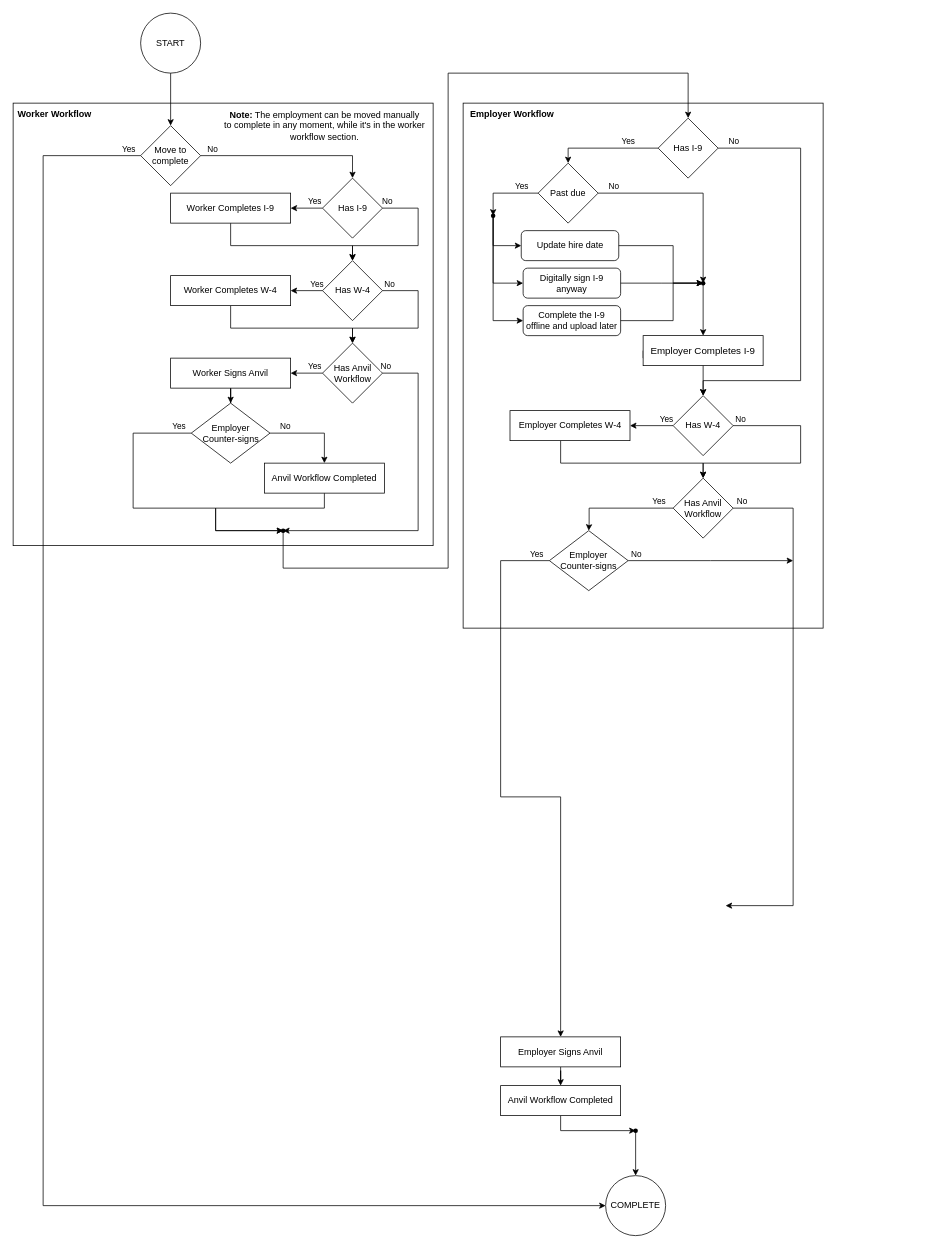
Before: Employment Flowchart.drawio in baldore/angelo, a draw.io diagram. Source tidied: cells renumbered, new cells numbered last; positions are measured from the earlier drawing's top-left corner, leaving out a move shared by most shapes. Both pictures are drawn from the tidied source at 75%, with x=0, y=0 at pixel (13, 13).
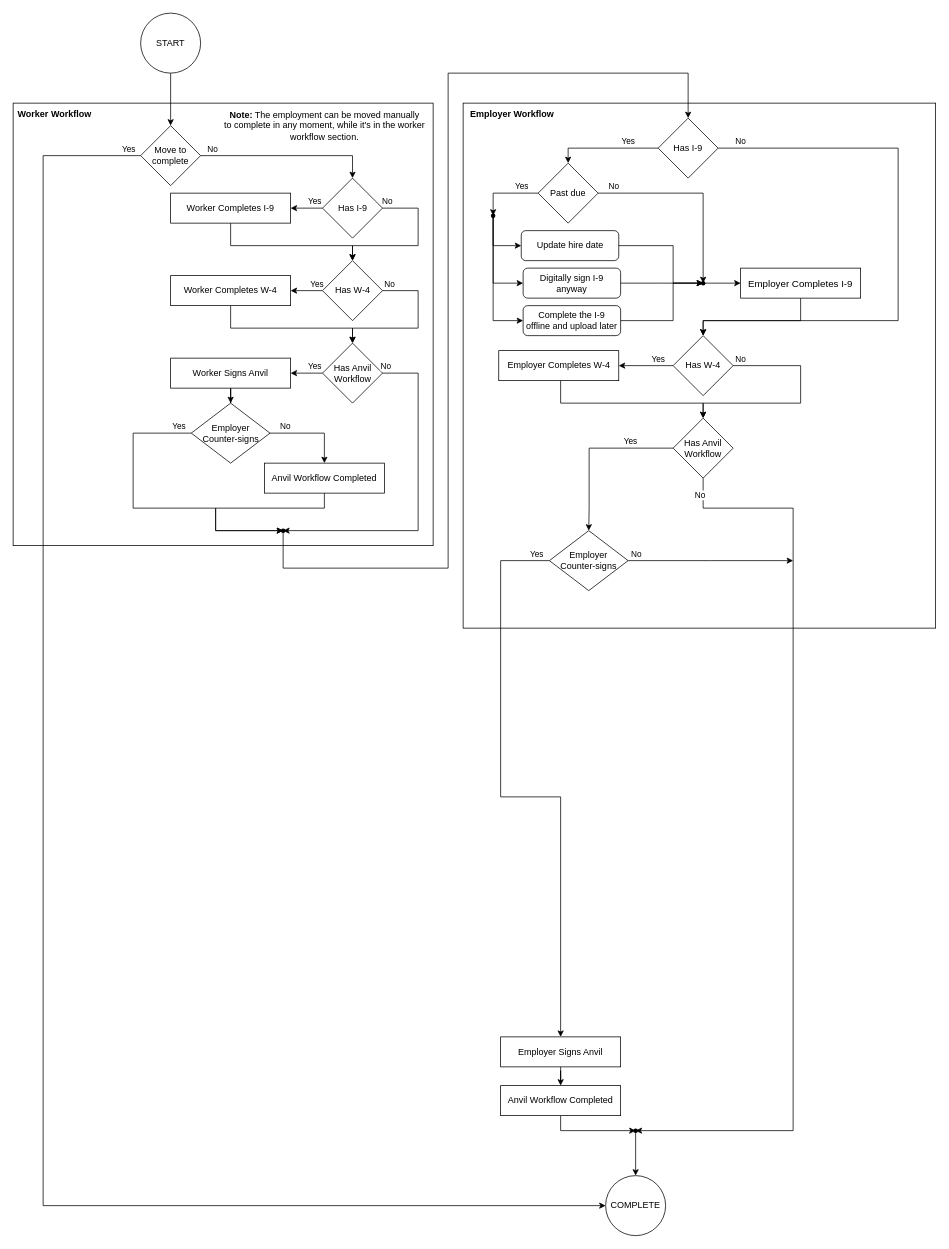
Above is the later version.

The change refers to these unchanged cells:
```xml
<mxCell id="35" value="&lt;div&gt;Has I-9&lt;/div&gt;" style="rhombus;whiteSpace=wrap;html=1;" parent="1" vertex="1">
  <mxGeometry x="860" y="140" width="80" height="80" as="geometry" />
</mxCell>
<mxCell id="42" style="edgeStyle=orthogonalEdgeStyle;rounded=0;jettySize=auto;html=1;entryX=1;entryY=0.5;entryDx=0;entryDy=0;" parent="1" edge="1" source="44" target="41">
  <mxGeometry relative="1" as="geometry" />
</mxCell>
<mxCell id="59" style="shape=waypoint;sketch=0;size=6;points=[];fillColor=none;perimeter=centerPerimeter;snapToPoint=1;" parent="1" vertex="1">
  <mxGeometry x="820" y="1480" width="20" height="20" as="geometry" />
</mxCell>
<mxCell id="81" style="shape=waypoint;sketch=0;size=6;points=[];fillColor=none;perimeter=centerPerimeter;snapToPoint=1;" parent="1" vertex="1">
  <mxGeometry x="910" y="350" width="20" height="20" as="geometry" />
</mxCell>
```

What changed in the source:
```diff
@@
     <mxCell id="2" style="whiteSpace=wrap;html=1;" parent="1" vertex="1">
-      <mxGeometry x="600" y="120" width="480" height="700" as="geometry" />
+      <mxGeometry x="600" y="120" width="630" height="700" as="geometry" />
     </mxCell>
@@
     <mxCell id="36" style="edgeStyle=orthogonalEdgeStyle;rounded=0;jettySize=auto;html=1;entryX=0.5;entryY=0;entryDx=0;entryDy=0;exitX=1;exitY=0.5;exitDx=0;exitDy=0;" parent="1" edge="1" source="35" target="44">
       <mxGeometry relative="1" as="geometry">
         <Array as="points">
-          <mxPoint x="1050" y="180" />
-          <mxPoint x="1050" y="490" />
-          <mxPoint x="920" y="490" />
+          <mxPoint x="1180" y="180" />
+          <mxPoint x="1180" y="410" />
+          <mxPoint x="920" y="410" />
         </Array>
       </mxGeometry>
     </mxCell>
@@
-    <mxCell id="38" style="edgeStyle=orthogonalEdgeStyle;rounded=0;jettySize=auto;html=1;entryX=0.5;entryY=0;entryDx=0;entryDy=0;exitX=0;exitY=0.5;exitDx=0;exitDy=0;" parent="1" edge="1" source="39" target="44">
+    <mxCell id="38" style="edgeStyle=orthogonalEdgeStyle;rounded=0;jettySize=auto;html=1;entryX=0.5;entryY=0;entryDx=0;entryDy=0;exitX=0.5;exitY=1;exitDx=0;exitDy=0;" parent="1" edge="1" source="39" target="44">
       <mxGeometry relative="1" as="geometry">
         <Array as="points">
-          <mxPoint x="920" y="460" />
+          <mxPoint x="1050" y="410" />
+          <mxPoint x="920" y="410" />
         </Array>
       </mxGeometry>
     </mxCell>
     <mxCell id="39" value="&lt;div&gt;Employer Completes I-9&lt;/div&gt;" style="whiteSpace=wrap;html=1;fontSize=13;" parent="1" vertex="1">
-      <mxGeometry x="840" y="430" width="160" height="40" as="geometry" />
+      <mxGeometry x="970" y="340" width="160" height="40" as="geometry" />
     </mxCell>
     <mxCell id="40" style="edgeStyle=orthogonalEdgeStyle;rounded=0;jettySize=auto;html=1;" parent="1" edge="1" source="41" target="52">
       <mxGeometry relative="1" as="geometry">
         <Array as="points">
-          <mxPoint x="730" y="600" />
-          <mxPoint x="920" y="600" />
+          <mxPoint x="730" y="520" />
+          <mxPoint x="920" y="520" />
         </Array>
       </mxGeometry>
     </mxCell>
     <mxCell id="41" value="Employer Completes W-4" style="whiteSpace=wrap;html=1;" parent="1" vertex="1">
-      <mxGeometry x="662.5" y="530" width="160" height="40" as="geometry" />
+      <mxGeometry x="647.5" y="450" width="160" height="40" as="geometry" />
     </mxCell>
@@
     <mxCell id="43" value="Yes" style="edgeLabel;html=1;align=center;verticalAlign=middle;" parent="42" vertex="1">
-      <mxGeometry x="-0.23" y="1" relative="1" as="geometry">
-        <mxPoint x="12" y="-11" as="offset" />
+      <mxGeometry x="-0.68" relative="1" as="geometry">
+        <mxPoint x="-9" y="-10" as="offset" />
       </mxGeometry>
     </mxCell>
     <mxCell id="44" value="&lt;div&gt;Has W-4&lt;br&gt;&lt;/div&gt;" style="rhombus;whiteSpace=wrap;html=1;" parent="1" vertex="1">
-      <mxGeometry x="880" y="510" width="80" height="80" as="geometry" />
+      <mxGeometry x="880" y="430" width="80" height="80" as="geometry" />
     </mxCell>
     <mxCell id="45" style="edgeStyle=orthogonalEdgeStyle;rounded=0;jettySize=auto;html=1;entryX=0.5;entryY=0;entryDx=0;entryDy=0;exitX=1;exitY=0.5;exitDx=0;exitDy=0;" parent="1" edge="1" source="44" target="52">
       <mxGeometry relative="1" as="geometry">
         <Array as="points">
-          <mxPoint x="1050" y="550" />
-          <mxPoint x="1050" y="600" />
-          <mxPoint x="920" y="600" />
+          <mxPoint x="1050" y="470" />
+          <mxPoint x="1050" y="520" />
+          <mxPoint x="920" y="520" />
         </Array>
       </mxGeometry>
     </mxCell>
@@
-    <mxCell id="48" style="edgeStyle=orthogonalEdgeStyle;rounded=0;jettySize=auto;html=1;" parent="1" edge="1" source="52">
+    <mxCell id="48" style="edgeStyle=orthogonalEdgeStyle;rounded=0;jettySize=auto;html=1;entryX=0.8;entryY=0.35;entryDx=0;entryDy=0;entryPerimeter=0;" parent="1" edge="1" source="52" target="59">
       <mxGeometry relative="1" as="geometry">
-        <mxPoint x="950" y="1190" as="targetPoint" />
         <Array as="points">
           <mxPoint x="1040" y="660" />
-          <mxPoint x="1040" y="1190" />
+          <mxPoint x="1040" y="1490" />
         </Array>
       </mxGeometry>
     </mxCell>
@@
     <mxCell id="52" value="&lt;div&gt;Has Anvil Workflow&lt;br&gt;&lt;/div&gt;" style="rhombus;whiteSpace=wrap;html=1;" parent="1" vertex="1">
-      <mxGeometry x="880" y="620" width="80" height="80" as="geometry" />
+      <mxGeometry x="880" y="540" width="80" height="80" as="geometry" />
     </mxCell>
@@
-    <mxCell id="80" style="edgeStyle=orthogonalEdgeStyle;rounded=0;jettySize=auto;html=1;entryX=0.5;entryY=0;entryDx=0;entryDy=0;" parent="1" edge="1" source="81" target="39">
+    <mxCell id="80" style="edgeStyle=orthogonalEdgeStyle;rounded=0;jettySize=auto;html=1;entryX=0;entryY=0.5;entryDx=0;entryDy=0;" parent="1" edge="1" source="81" target="39">
       <mxGeometry relative="1" as="geometry" />
     </mxCell>
```
